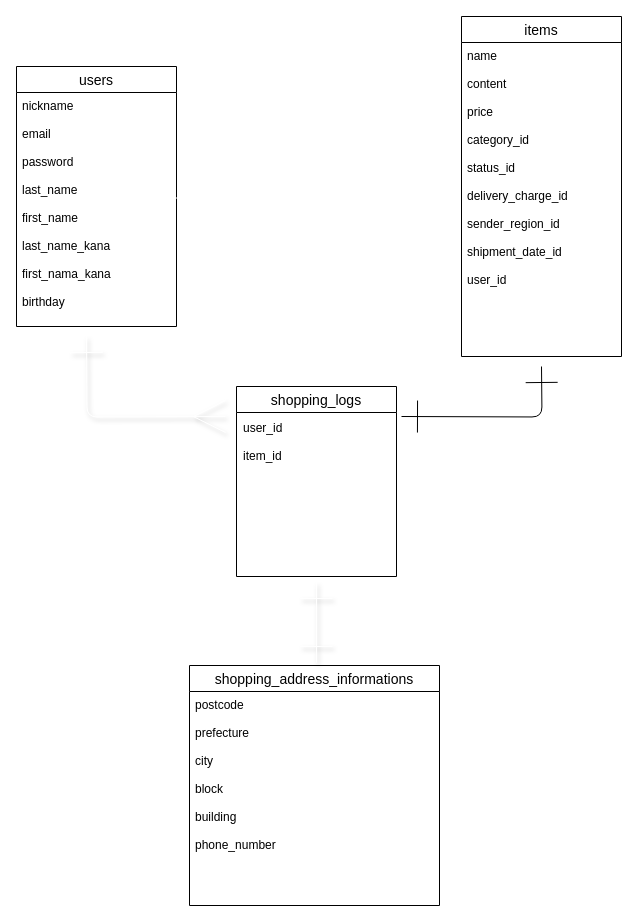
The draw.io diagram er.dio in Koba-Qin-GitHub/furima-29430, before the edit. Source tidied: cells renumbered, new cells numbered last; positions are measured from the earlier drawing's top-left corner, leaving out a move shared by most shapes. Both pictures are drawn from the tidied source at 100%, with x=0, y=0 at pixel (16, 16).
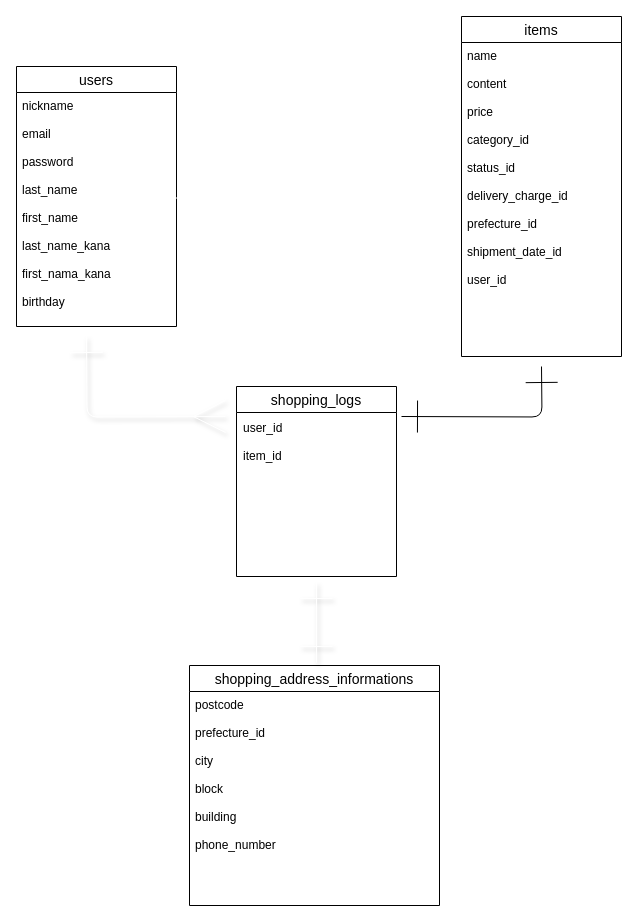
The same diagram, later.

Commit message (it also covers changes not shown here):
データベース設計　修正２回目

The edit, as a diff of the source:
```diff
@@
 <mxGraphModel>
   <root>
     <mxCell id="0" />
     <mxCell id="1" parent="0" />
     <mxCell id="2" value="users" style="swimlane;fontStyle=0;horizontal=1;startSize=26;align=center;fontSize=14;" parent="1" vertex="1">
       <mxGeometry y="50" width="160" height="260" as="geometry" />
     </mxCell>
     <mxCell id="3" value="nickname&#10;&#10;email&#10;&#10;password&#10;&#10;last_name&#10;&#10;first_name&#10;&#10;last_name_kana&#10;&#10;first_nama_kana&#10;&#10;birthday" style="text;strokeColor=none;fillColor=none;spacingLeft=4;spacingRight=4;overflow=hidden;fontSize=12;" parent="2" vertex="1">
       <mxGeometry y="26" width="160" height="234" as="geometry" />
     </mxCell>
     <mxCell id="4" value="items" style="swimlane;fontStyle=0;horizontal=1;startSize=26;align=center;fontSize=14;" parent="1" vertex="1">
       <mxGeometry x="445" width="160" height="340" as="geometry" />
     </mxCell>
-    <mxCell id="5" value="name&#10;&#10;content&#10;&#10;price&#10;&#10;category_id&#10;&#10;status_id&#10;&#10;delivery_charge_id&#10;&#10;sender_region_id&#10;&#10;shipment_date_id&#10;&#10;user_id&#10;" style="text;strokeColor=none;fillColor=none;spacingLeft=4;spacingRight=4;overflow=hidden;fontSize=12;" parent="4" vertex="1">
+    <mxCell id="5" value="name&#10;&#10;content&#10;&#10;price&#10;&#10;category_id&#10;&#10;status_id&#10;&#10;delivery_charge_id&#10;&#10;prefecture_id&#10;&#10;shipment_date_id&#10;&#10;user_id&#10;" style="text;strokeColor=none;fillColor=none;spacingLeft=4;spacingRight=4;overflow=hidden;fontSize=12;" parent="4" vertex="1">
       <mxGeometry y="26" width="160" height="314" as="geometry" />
     </mxCell>
     <mxCell id="6" value="shopping_address_informations" style="swimlane;fontStyle=0;horizontal=1;startSize=26;align=center;fontSize=14;" parent="1" vertex="1">
       <mxGeometry x="173" y="649" width="250" height="240" as="geometry" />
     </mxCell>
-    <mxCell id="7" value="postcode&#10;&#10;prefecture&#10;&#10;city&#10;&#10;block&#10;&#10;building&#10;&#10;phone_number" style="text;strokeColor=none;fillColor=none;spacingLeft=4;spacingRight=4;overflow=hidden;fontSize=12;" parent="6" vertex="1">
+    <mxCell id="7" value="postcode&#10;&#10;prefecture_id&#10;&#10;city&#10;&#10;block&#10;&#10;building&#10;&#10;phone_number" style="text;strokeColor=none;fillColor=none;spacingLeft=4;spacingRight=4;overflow=hidden;fontSize=12;" parent="6" vertex="1">
       <mxGeometry y="26" width="250" height="214" as="geometry" />
     </mxCell>
     <mxCell id="8" style="edgeStyle=orthogonalEdgeStyle;html=1;strokeWidth=1;startArrow=ERone;startFill=0;endArrow=ERone;endFill=0;startSize=30;endSize=30;elbow=vertical;" parent="1" edge="1">
       <mxGeometry relative="1" as="geometry">
         <mxPoint x="385" y="400" as="sourcePoint" />
         <mxPoint x="525" y="350" as="targetPoint" />
       </mxGeometry>
     </mxCell>
     <mxCell id="9" style="edgeStyle=orthogonalEdgeStyle;html=1;strokeColor=#FFFFFF;strokeWidth=1;startArrow=ERmany;startFill=0;endArrow=ERone;endFill=0;startSize=30;endSize=30;elbow=vertical;shadow=1;" parent="1" edge="1">
       <mxGeometry relative="1" as="geometry">
         <mxPoint x="209" y="400" as="sourcePoint" />
         <mxPoint x="70" y="320" as="targetPoint" />
       </mxGeometry>
     </mxCell>
     <mxCell id="10" style="edgeStyle=none;html=1;shadow=1;strokeColor=#FFFFFF;strokeWidth=1;startArrow=ERone;startFill=0;endArrow=ERone;endFill=0;startSize=30;endSize=30;elbow=vertical;" parent="1" edge="1">
       <mxGeometry relative="1" as="geometry">
         <mxPoint x="300" y="566" as="sourcePoint" />
         <mxPoint x="300" y="646" as="targetPoint" />
       </mxGeometry>
     </mxCell>
     <mxCell id="11" value="shopping_logs" style="swimlane;fontStyle=0;horizontal=1;startSize=26;align=center;fontSize=14;" parent="1" vertex="1">
       <mxGeometry x="220" y="370" width="160" height="190" as="geometry" />
     </mxCell>
     <mxCell id="12" style="edgeStyle=none;html=1;entryX=-0.012;entryY=0.413;entryDx=0;entryDy=0;entryPerimeter=0;endArrow=ERmany;endFill=0;strokeWidth=1;fillColor=#f5f5f5;strokeColor=#FFFFFF;startArrow=ERone;startFill=0;endSize=30;startSize=30;" parent="1" edge="1">
       <mxGeometry relative="1" as="geometry">
         <mxPoint x="159" y="181.5" as="sourcePoint" />
         <mxPoint x="437.1" y="183" as="targetPoint" />
       </mxGeometry>
     </mxCell>
     <mxCell id="13" value="user_id&#10;&#10;item_id" style="text;strokeColor=none;fillColor=none;spacingLeft=4;spacingRight=4;overflow=hidden;fontSize=12;" parent="1" vertex="1">
       <mxGeometry x="221" y="398" width="160" height="162" as="geometry" />
     </mxCell>
   </root>
 </mxGraphModel>
```
